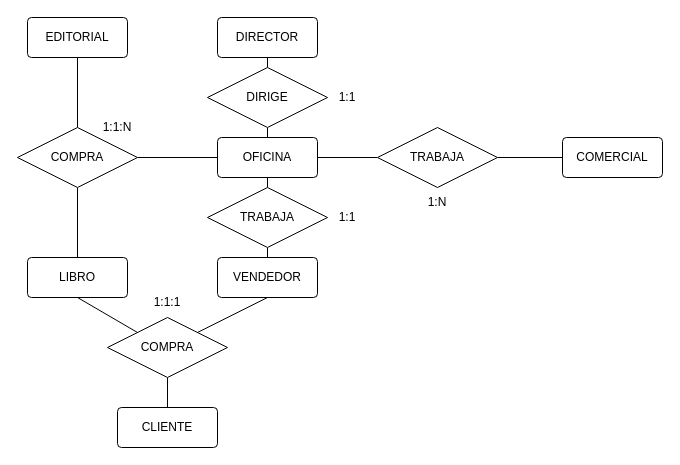
antonionavarro04/diagramas keeps this draw.io diagram as page "Ejercicio5" (2 of 2) of Ejercicios_Tema1.drawio. Above is the earlier version. Source tidied: cells renumbered, new cells numbered last; positions are measured from the earlier drawing's top-left corner, leaving out a move shared by most shapes. Both pictures are drawn from the tidied source at 100%, with x=0, y=0 at pixel (17, 17).
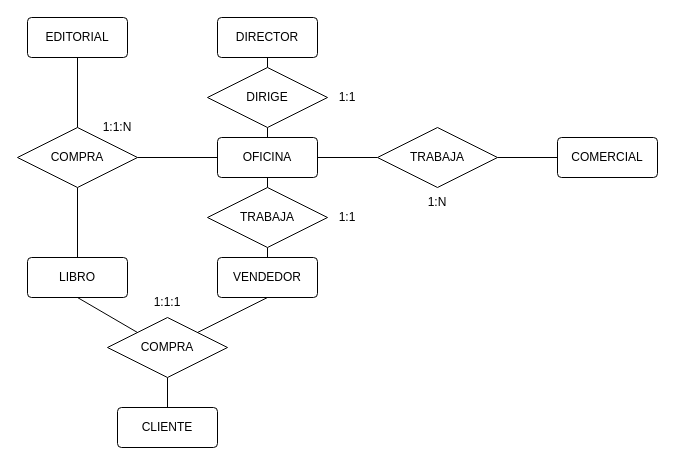
Above is the later version.

Unchanged cells that the change refers to:
```xml
<mxCell id="11" value="TRABAJA" style="shape=rhombus;perimeter=rhombusPerimeter;whiteSpace=wrap;html=1;align=center;" parent="1" vertex="1">
  <mxGeometry x="360" y="110" width="120" height="60" as="geometry" />
</mxCell>
```

What changed in the source:
```diff
@@
-    <mxCell id="7" style="edgeStyle=none;rounded=0;jettySize=auto;html=1;exitX=0;exitY=0.5;exitDx=0;exitDy=0;entryX=1;entryY=0.5;entryDx=0;entryDy=0;endArrow=none;endFill=0;" parent="1" edge="1" source="8" target="11">
+    <mxCell id="7" style="edgeStyle=orthogonalEdgeStyle;rounded=0;jettySize=auto;html=1;exitX=0;exitY=0.5;exitDx=0;exitDy=0;entryX=1;entryY=0.5;entryDx=0;entryDy=0;endArrow=none;endFill=0;" parent="1" edge="1" source="8" target="11">
       <mxGeometry relative="1" as="geometry" />
     </mxCell>
     <mxCell id="8" value="COMERCIAL" style="rounded=1;arcSize=10;whiteSpace=wrap;html=1;align=center;" parent="1" vertex="1">
-      <mxGeometry x="545" y="120" width="100" height="40" as="geometry" />
+      <mxGeometry x="540" y="120" width="100" height="40" as="geometry" />
     </mxCell>
```
